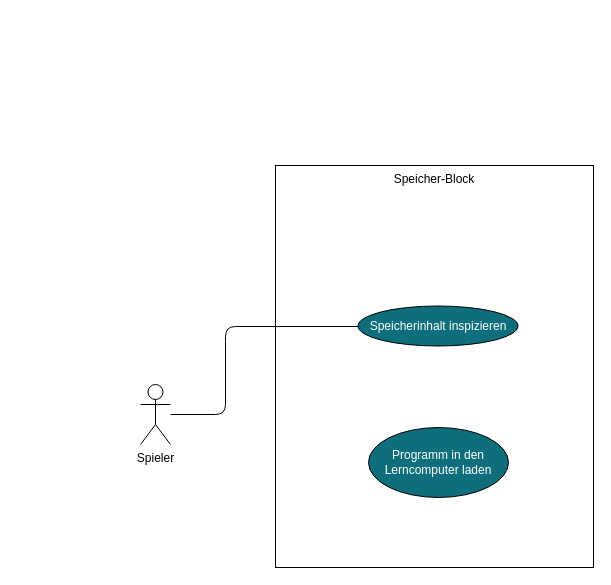
LundiNord/RISCJ-Diagramms keeps this draw.io diagram as Speicher-Blcok.drawio. Above is the earlier version. Source tidied: cells renumbered, new cells numbered last; positions are measured from the earlier drawing's top-left corner, leaving out a move shared by most shapes. Both pictures are drawn from the tidied source at 100%, with x=0, y=0 at pixel (140, 165).
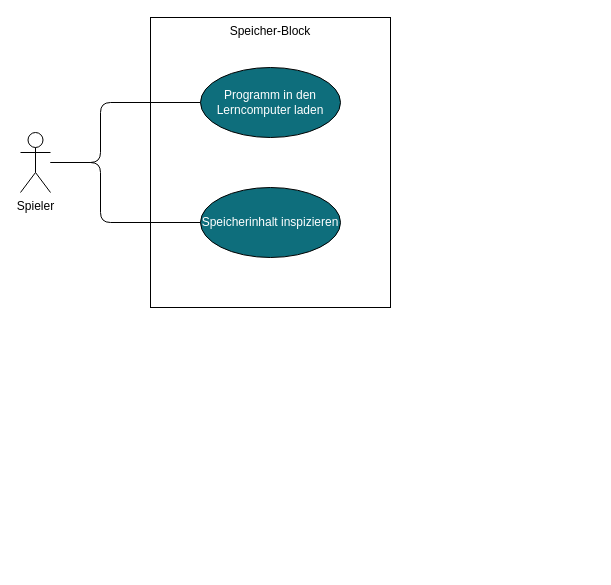
Above is the later version.

Commit message:
Speicher-Blcok.drawio aktualisiert - finalized

The edit, as a diff of the source:
```diff
@@
 <mxGraphModel>
   <root>
     <mxCell id="0" />
     <mxCell id="1" parent="0" />
     <mxCell id="2" value="Speicher-Block" style="whiteSpace=wrap;html=1;fillColor=none;verticalAlign=top;" parent="1" vertex="1">
-      <mxGeometry x="135" width="318" height="402" as="geometry" />
+      <mxGeometry x="10" y="-148" width="240" height="290" as="geometry" />
     </mxCell>
+    <mxCell id="7" style="edgeStyle=orthogonalEdgeStyle;shape=connector;rounded=1;jettySize=auto;html=1;labelBackgroundColor=default;strokeColor=default;align=center;verticalAlign=middle;fontFamily=Helvetica;fontSize=11;fontColor=default;endArrow=none;endFill=0;" parent="1" edge="1" source="3" target="6">
+      <mxGeometry relative="1" as="geometry">
+        <Array as="points">
+          <mxPoint x="-40" y="-3" />
+          <mxPoint x="-40" y="-63" />
+        </Array>
+      </mxGeometry>
+    </mxCell>
+    <mxCell id="5" style="edgeStyle=orthogonalEdgeStyle;shape=connector;rounded=1;jettySize=auto;html=1;labelBackgroundColor=default;strokeColor=default;align=center;verticalAlign=middle;fontFamily=Helvetica;fontSize=11;fontColor=default;endArrow=none;endFill=0;" parent="1" edge="1" source="3" target="4">
+      <mxGeometry relative="1" as="geometry">
+        <Array as="points">
+          <mxPoint x="-40" y="-3" />
+          <mxPoint x="-40" y="57" />
+        </Array>
+      </mxGeometry>
+    </mxCell>
     <mxCell id="3" value="Spieler" style="shape=umlActor;verticalLabelPosition=bottom;labelBackgroundColor=#ffffff;verticalAlign=top;html=1;fillColor=none;" parent="1" vertex="1">
-      <mxGeometry y="219" width="30" height="60" as="geometry" />
+      <mxGeometry x="-120" y="-33" width="30" height="60" as="geometry" />
     </mxCell>
     <mxCell id="4" value="Speicherinhalt inspizieren" style="ellipse;whiteSpace=wrap;html=1;fillColor=#0e6e7c;fontColor=#FFFFFF;" parent="1" vertex="1">
-      <mxGeometry x="217.5" y="140.5" width="160" height="40" as="geometry" />
+      <mxGeometry x="60" y="22" width="140" height="70" as="geometry" />
     </mxCell>
-    <mxCell id="5" style="edgeStyle=orthogonalEdgeStyle;jettySize=auto;html=1;endArrow=none;endFill=0;rounded=1;" parent="1" edge="1" source="3" target="4">
-      <mxGeometry relative="1" as="geometry">
-        <Array as="points">
-          <mxPoint x="85" y="249" />
-          <mxPoint x="85" y="161" />
-        </Array>
-      </mxGeometry>
-    </mxCell>
     <mxCell id="6" value="Programm in den Lerncomputer laden" style="ellipse;whiteSpace=wrap;html=1;fontColor=#FFFFFF;fillColor=#0E6E7C;" parent="1" vertex="1">
-      <mxGeometry x="228" y="262" width="140" height="70" as="geometry" />
+      <mxGeometry x="60" y="-98" width="140" height="70" as="geometry" />
     </mxCell>
   </root>
 </mxGraphModel>
```
